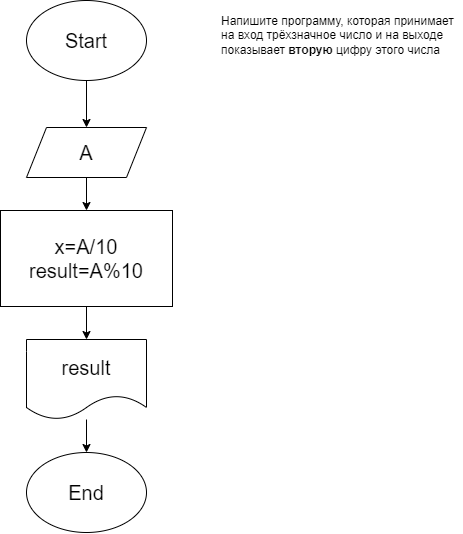
This is Homework/Homework_02/Exercise010/diagram010.drawio.png from SergeiTimokhin/Introduction_to_programming_languages, a draw.io export, as it was before one commit. Source tidied: cells renumbered, new cells last; positions are measured from the earlier drawing's top-left corner, leaving out a move shared by most shapes.
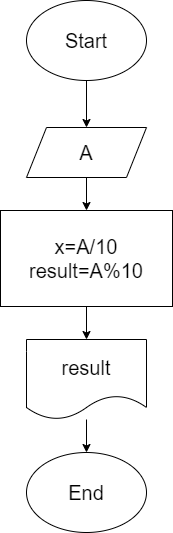
The same diagram one commit later.

Commit message:
Внесены изменения в README.MD в части решения задачи №010 к Домашней работе №2

Diff of the diagram source:
```diff
@@ -14,9 +14,6 @@
     <mxCell id="5" value="A" style="shape=parallelogram;perimeter=parallelogramPerimeter;whiteSpace=wrap;html=1;fixedSize=1;fontSize=20;" parent="1" vertex="1">
       <mxGeometry x="26" y="127" width="120" height="50" as="geometry" />
     </mxCell>
-    <mxCell id="6" value="Напишите программу, которая принимает на вход трёхзначное число и на выходе показывает&amp;nbsp;&lt;strong&gt;вторую&lt;/strong&gt; цифру этого числа" style="text;whiteSpace=wrap;html=1;" parent="1" vertex="1">
-      <mxGeometry x="219" y="7" width="242" height="98" as="geometry" />
-    </mxCell>
     <mxCell id="7" style="edgeStyle=none;html=1;fontSize=20;" parent="1" edge="1" source="8" target="10">
       <mxGeometry relative="1" as="geometry" />
     </mxCell>
```
